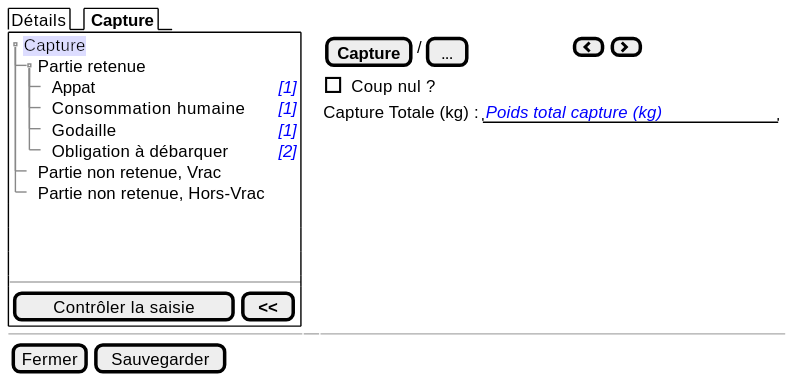
Earlier version of the PlantUML export projects/obsmer/spe/images/batch/batch-tree.svg (sumaris-net/sumaris-doc). Its source is kept beside it as projects/obsmer/spe/images/batch/batch-tree.puml.
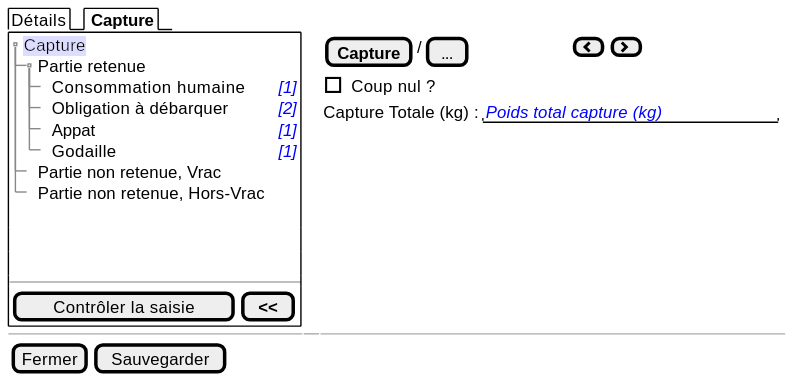
After the commit.

The edit, as a diff of the source:
```diff
@@ -5,10 +5,10 @@
    {T
        + <back:#DDF>Capture
        ++ Partie retenue
+       +++ Consommation humaine | <i><color:blue>[1]
+       +++ Obligation à débarquer| <i><color:blue>[2]
        +++ Appat | <i><color:blue>[1]
-       +++ Consommation humaine | <i><color:blue>[1]
        +++ Godaille | <i><color:blue>[1]
-       +++ Obligation à débarquer| <i><color:blue>[2]
        ++ Partie non retenue, Vrac
        ++ Partie non retenue, Hors-Vrac
    }
```
